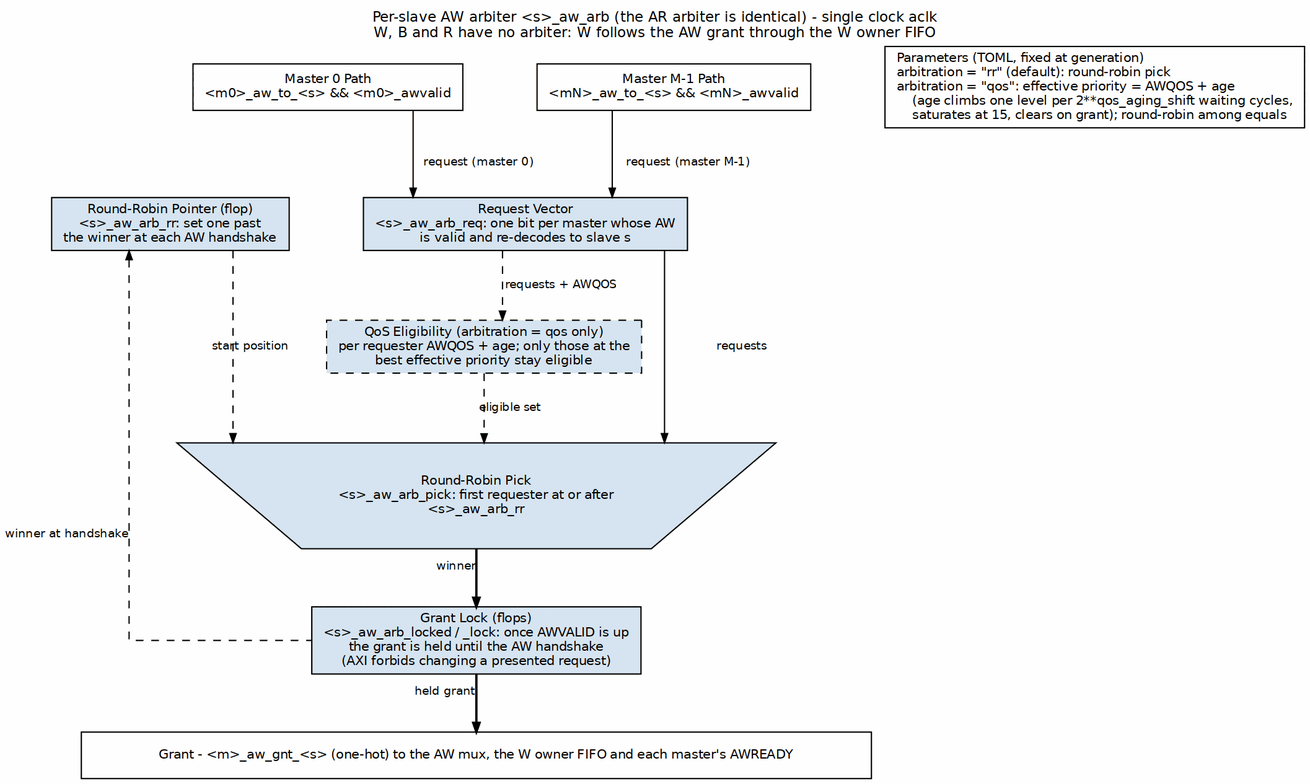
sean-galloway/RTLDesignSherpa keeps this Graphviz diagram as projects/components/fabric-gen-ip/bridge/docs/bridge_mas/assets/graphviz/arbitration.png. Above is the earlier version. Its source is kept beside it as projects/components/fabric-gen-ip/bridge/docs/bridge_mas/assets/graphviz/arbitration.dot. The source it was exported from:
```dot
digraph arbitration {
    graph [rankdir=TB, bgcolor="white", fontname="Helvetica", fontsize=11,
           nodesep="0.40", ranksep="0.60", splines=ortho, labelloc=t,
           label="Per-slave AW arbiter <s>_aw_arb (the AR arbiter is identical) - single clock aclk\nW, B and R have no arbiter: W follows the AW grant through the W owner FIFO"];
    node  [fontname="Helvetica", fontsize=10, shape=box, style=filled,
           fillcolor="#D6E4F0", color="black", margin="0.12,0.06"];
    edge  [fontname="Helvetica", fontsize=9, color="black", arrowsize=0.7];

    m0 [label="Master 0 Path\n<m0>_aw_to_<s> && <m0>_awvalid", fillcolor="white"];
    mn [label="Master M-1 Path\n<mN>_aw_to_<s> && <mN>_awvalid", fillcolor="white"];
    legend [label="Parameters (TOML, fixed at generation)\larbitration = \"rr\" (default): round-robin pick\larbitration = \"qos\": effective priority = AWQOS + age\l    (age climbs one level per 2**qos_aging_shift waiting cycles,\l    saturates at 15, clears on grant); round-robin among equals\l", fillcolor="white"];
    { rank=same; m0; mn; legend; }
    m0 -> mn -> legend [style=invis];

    req [label="Request Vector\n<s>_aw_arb_req: one bit per master whose AW\nis valid and re-decodes to slave s"];
    qos [label="QoS Eligibility (arbitration = qos only)\nper requester AWQOS + age; only those at the\nbest effective priority stay eligible", style="filled,dashed"];
    { rank=same; rr; req; }
    rr -> req [style=invis];

    pick [label="Round-Robin Pick\n<s>_aw_arb_pick: first requester at or after\n<s>_aw_arb_rr", shape=invtrapezium, width=5.2, height=0.7, group=C];
    rr [label="Round-Robin Pointer (flop)\n<s>_aw_arb_rr: set one past\nthe winner at each AW handshake"];

    lock [group=C, label="Grant Lock (flops)\n<s>_aw_arb_locked / _lock: once AWVALID is up\nthe grant is held until the AW handshake\n(AXI forbids changing a presented request)"];

    bar [label="Grant - <m>_aw_gnt_<s> (one-hot) to the AW mux, the W owner FIFO and each master's AWREADY", fillcolor="white", width=8.5, group=C];

    m0 -> req [label="request (master 0)"];
    mn -> req [label="request (master M-1)"];
    req -> pick [label="requests"];
    req -> qos [style=dashed, label="requests + AWQOS"];
    qos -> pick [style=dashed, label="eligible set"];
    rr -> pick [style=dashed, label="start position"];
    pick -> lock [xlabel="winner", penwidth=1.8];
    lock -> bar [xlabel="held grant", penwidth=1.8];
    rr -> lock [style=dashed, dir=back, xlabel="winner at handshake"];
}
```
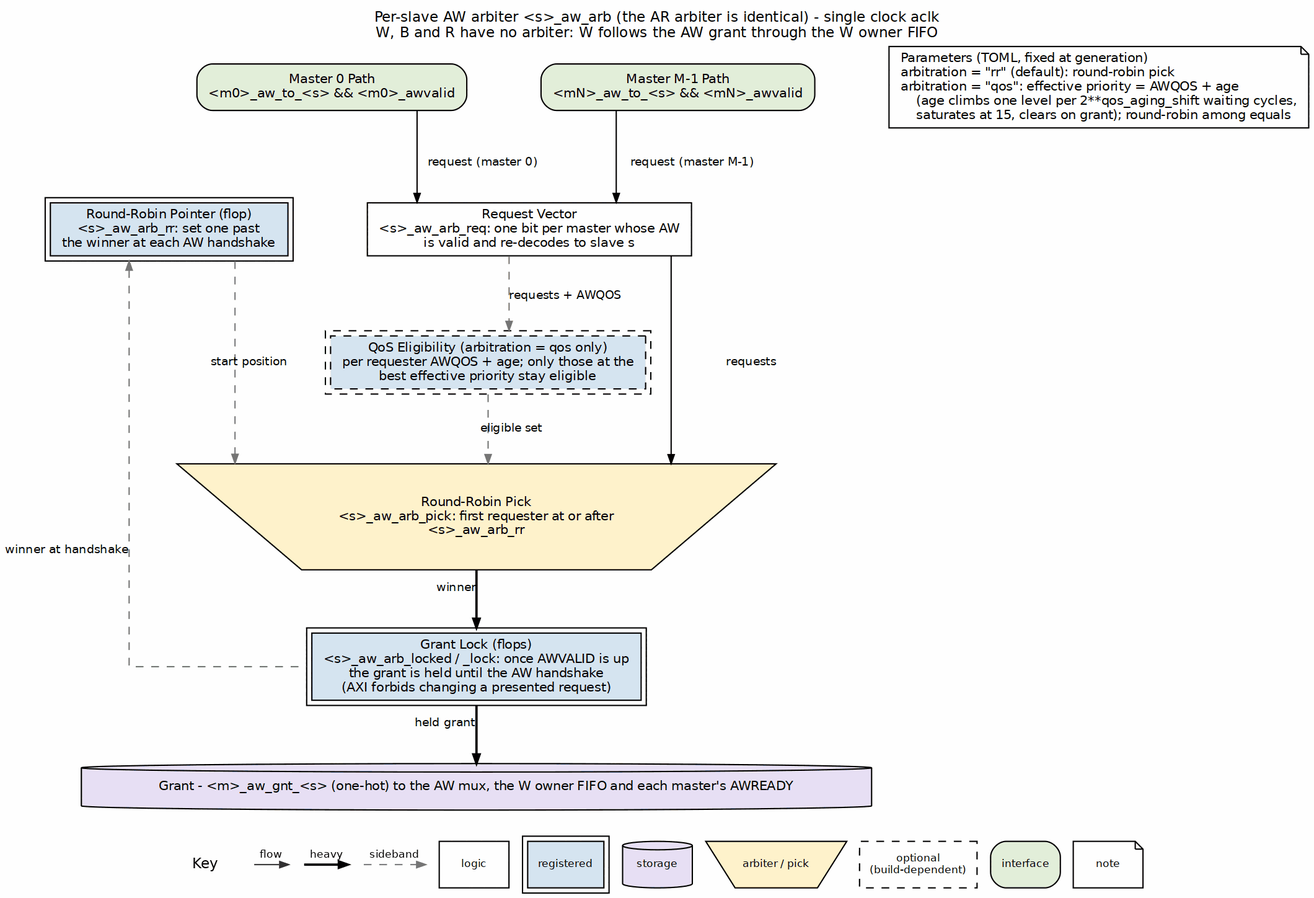
After the commit.

Diff of the diagram source:
```diff
@@ -3,34 +3,34 @@
            nodesep="0.40", ranksep="0.60", splines=ortho, labelloc=t,
            label="Per-slave AW arbiter <s>_aw_arb (the AR arbiter is identical) - single clock aclk\nW, B and R have no arbiter: W follows the AW grant through the W owner FIFO"];
     node  [fontname="Helvetica", fontsize=10, shape=box, style=filled,
-           fillcolor="#D6E4F0", color="black", margin="0.12,0.06"];
+           fillcolor="white", color="black", margin="0.12,0.06"];
     edge  [fontname="Helvetica", fontsize=9, color="black", arrowsize=0.7];
 
-    m0 [label="Master 0 Path\n<m0>_aw_to_<s> && <m0>_awvalid", fillcolor="white"];
-    mn [label="Master M-1 Path\n<mN>_aw_to_<s> && <mN>_awvalid", fillcolor="white"];
-    legend [label="Parameters (TOML, fixed at generation)\larbitration = \"rr\" (default): round-robin pick\larbitration = \"qos\": effective priority = AWQOS + age\l    (age climbs one level per 2**qos_aging_shift waiting cycles,\l    saturates at 15, clears on grant); round-robin among equals\l", fillcolor="white"];
+    m0 [label="Master 0 Path\n<m0>_aw_to_<s> && <m0>_awvalid", fillcolor="white", style="rounded,filled", fillcolor="#E2EFDA"];
+    mn [label="Master M-1 Path\n<mN>_aw_to_<s> && <mN>_awvalid", fillcolor="white", style="rounded,filled", fillcolor="#E2EFDA"];
+    legend [label="Parameters (TOML, fixed at generation)\larbitration = \"rr\" (default): round-robin pick\larbitration = \"qos\": effective priority = AWQOS + age\l    (age climbs one level per 2**qos_aging_shift waiting cycles,\l    saturates at 15, clears on grant); round-robin among equals\l", fillcolor="white", shape=note];
     { rank=same; m0; mn; legend; }
     m0 -> mn -> legend [style=invis];
 
-    req [label="Request Vector\n<s>_aw_arb_req: one bit per master whose AW\nis valid and re-decodes to slave s"];
-    qos [label="QoS Eligibility (arbitration = qos only)\nper requester AWQOS + age; only those at the\nbest effective priority stay eligible", style="filled,dashed"];
+    req [label="Request Vector\n<s>_aw_arb_req: one bit per master whose AW\nis valid and re-decodes to slave s", style="filled", fillcolor="white"];
+    qos [label="QoS Eligibility (arbitration = qos only)\nper requester AWQOS + age; only those at the\nbest effective priority stay eligible", style="filled,dashed", peripheries=2, style="filled,dashed", fillcolor="#D6E4F0"];
     { rank=same; rr; req; }
     rr -> req [style=invis];
 
-    pick [label="Round-Robin Pick\n<s>_aw_arb_pick: first requester at or after\n<s>_aw_arb_rr", shape=invtrapezium, width=5.2, height=0.7, group=C];
-    rr [label="Round-Robin Pointer (flop)\n<s>_aw_arb_rr: set one past\nthe winner at each AW handshake"];
+    pick [label="Round-Robin Pick\n<s>_aw_arb_pick: first requester at or after\n<s>_aw_arb_rr", shape=invtrapezium, width=5.2, height=0.7, group=C, style="filled", fillcolor="#FFF2CC"];
+    rr [label="Round-Robin Pointer (flop)\n<s>_aw_arb_rr: set one past\nthe winner at each AW handshake", peripheries=2, style="filled", fillcolor="#D6E4F0"];
 
-    lock [group=C, label="Grant Lock (flops)\n<s>_aw_arb_locked / _lock: once AWVALID is up\nthe grant is held until the AW handshake\n(AXI forbids changing a presented request)"];
+    lock [group=C, label="Grant Lock (flops)\n<s>_aw_arb_locked / _lock: once AWVALID is up\nthe grant is held until the AW handshake\n(AXI forbids changing a presented request)", peripheries=2, style="filled", fillcolor="#D6E4F0"];
 
-    bar [label="Grant - <m>_aw_gnt_<s> (one-hot) to the AW mux, the W owner FIFO and each master's AWREADY", fillcolor="white", width=8.5, group=C];
+    bar [label="Grant - <m>_aw_gnt_<s> (one-hot) to the AW mux, the W owner FIFO and each master's AWREADY", fillcolor="white", width=8.5, group=C, shape=cylinder, style="filled", fillcolor="#E8DFF5"];
 
     m0 -> req [label="request (master 0)"];
     mn -> req [label="request (master M-1)"];
     req -> pick [label="requests"];
-    req -> qos [style=dashed, label="requests + AWQOS"];
-    qos -> pick [style=dashed, label="eligible set"];
-    rr -> pick [style=dashed, label="start position"];
+    req -> qos [style=dashed, color="#777777", label="requests + AWQOS"];
+    qos -> pick [style=dashed, color="#777777", label="eligible set"];
+    rr -> pick [style=dashed, color="#777777", label="start position"];
     pick -> lock [xlabel="winner", penwidth=1.8];
     lock -> bar [xlabel="held grant", penwidth=1.8];
-    rr -> lock [style=dashed, dir=back, xlabel="winner at handshake"];
+    rr -> lock [style=dashed, color="#777777", dir=back, xlabel="winner at handshake"];
 }
```
